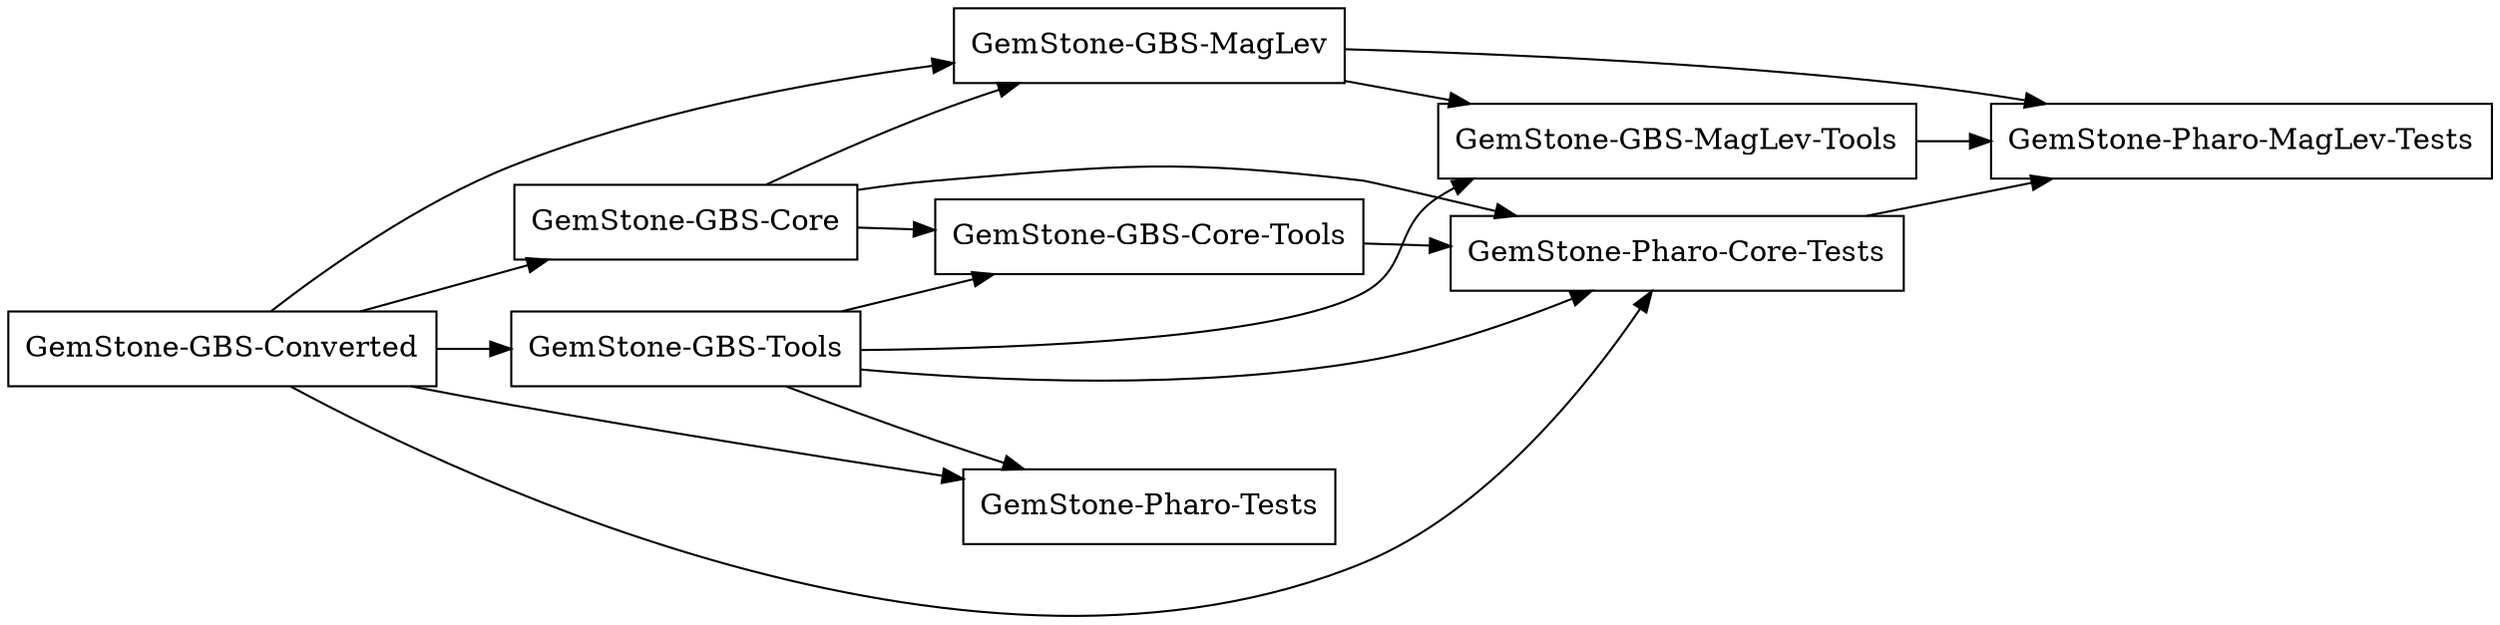
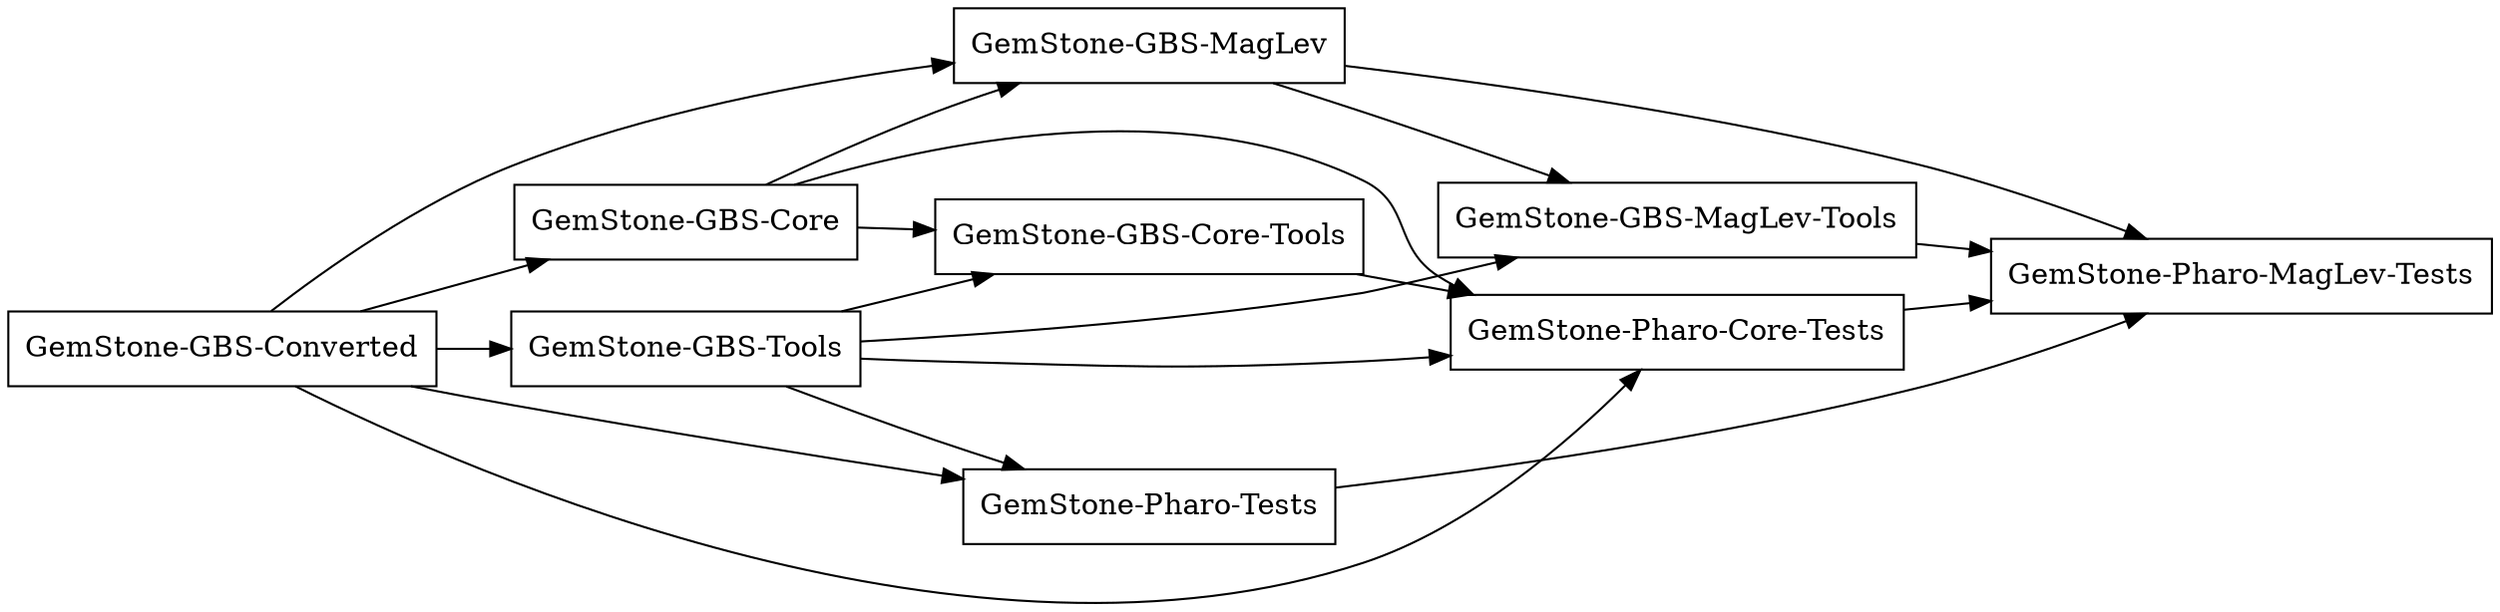
digraph GemStonePharoBridge {
  rankdir=LR;
  node [shape=box];

  "GemStone-GBS-Converted";
  "GemStone-GBS-Core";
  "GemStone-GBS-Tools";
  "GemStone-GBS-Core-Tools";
  "GemStone-GBS-MagLev";
  "GemStone-GBS-MagLev-Tools";
  "GemStone-Pharo-Core-Tests";
  "GemStone-Pharo-MagLev-Tests";
  "GemStone-Pharo-Tests";

  "GemStone-GBS-Converted" -> "GemStone-GBS-Core";
  "GemStone-GBS-Converted" -> "GemStone-GBS-Tools";
  "GemStone-GBS-Core" -> "GemStone-GBS-Core-Tools";
  "GemStone-GBS-Tools" -> "GemStone-GBS-Core-Tools";
  "GemStone-GBS-Converted" -> "GemStone-GBS-MagLev";
  "GemStone-GBS-Core" -> "GemStone-GBS-MagLev";
  "GemStone-GBS-Tools" -> "GemStone-GBS-MagLev-Tools";
  "GemStone-GBS-MagLev" -> "GemStone-GBS-MagLev-Tools";
  "GemStone-GBS-Converted" -> "GemStone-Pharo-Core-Tests";
  "GemStone-GBS-Core" -> "GemStone-Pharo-Core-Tests";
  "GemStone-GBS-Tools" -> "GemStone-Pharo-Core-Tests";
  "GemStone-GBS-Core-Tools" -> "GemStone-Pharo-Core-Tests";
+   "GemStone-Pharo-Tests" -> "GemStone-Pharo-MagLev-Tests";
  "GemStone-Pharo-Core-Tests" -> "GemStone-Pharo-MagLev-Tests";
  "GemStone-GBS-MagLev" -> "GemStone-Pharo-MagLev-Tests";
  "GemStone-GBS-MagLev-Tools" -> "GemStone-Pharo-MagLev-Tests";
  "GemStone-GBS-Converted" -> "GemStone-Pharo-Tests";
  "GemStone-GBS-Tools" -> "GemStone-Pharo-Tests";
}
